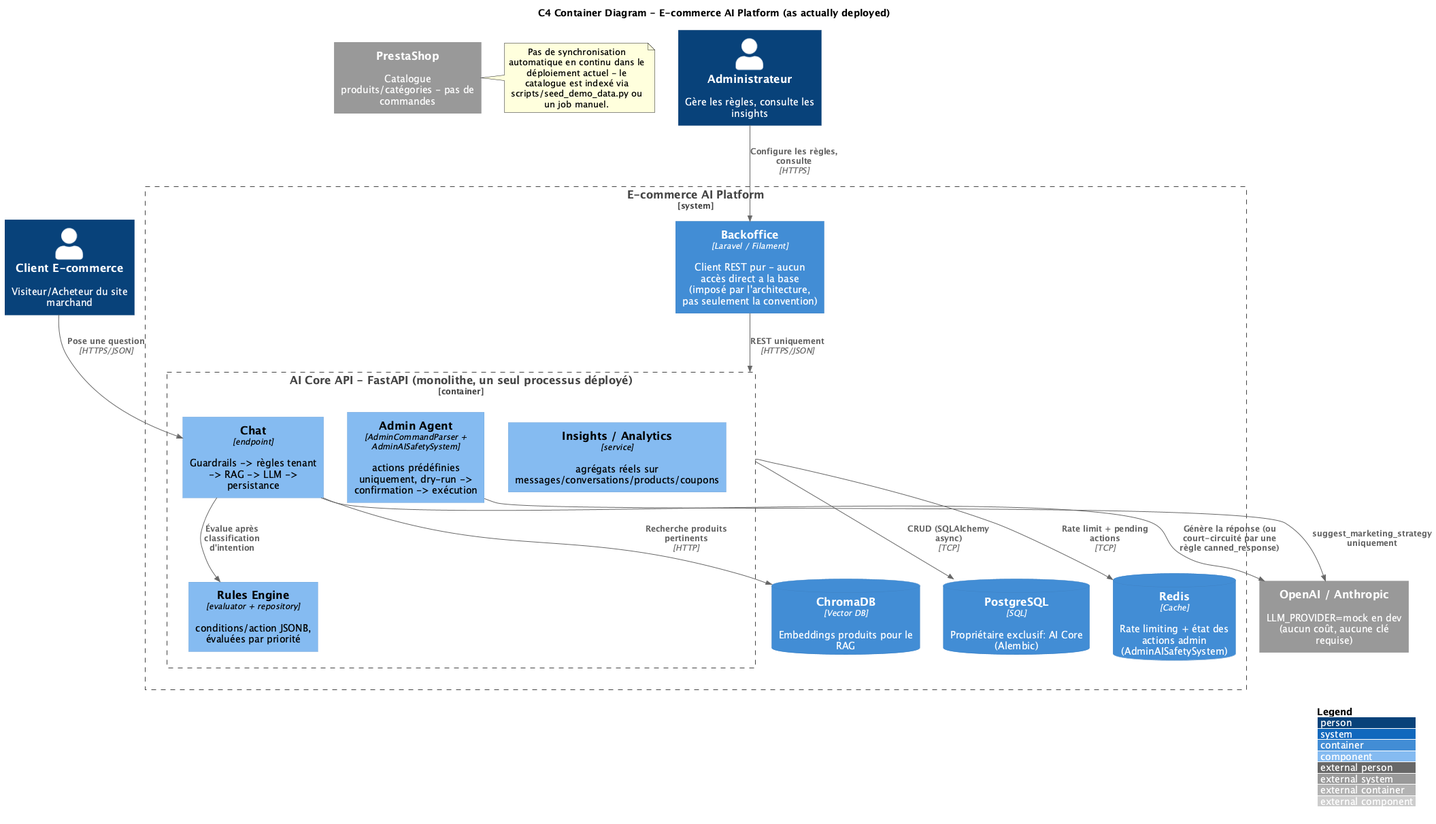
The PlantUML diagram docs/diagrams/C4_Container.png in WnOussama/ecommerce-ai-platform, before a commit.
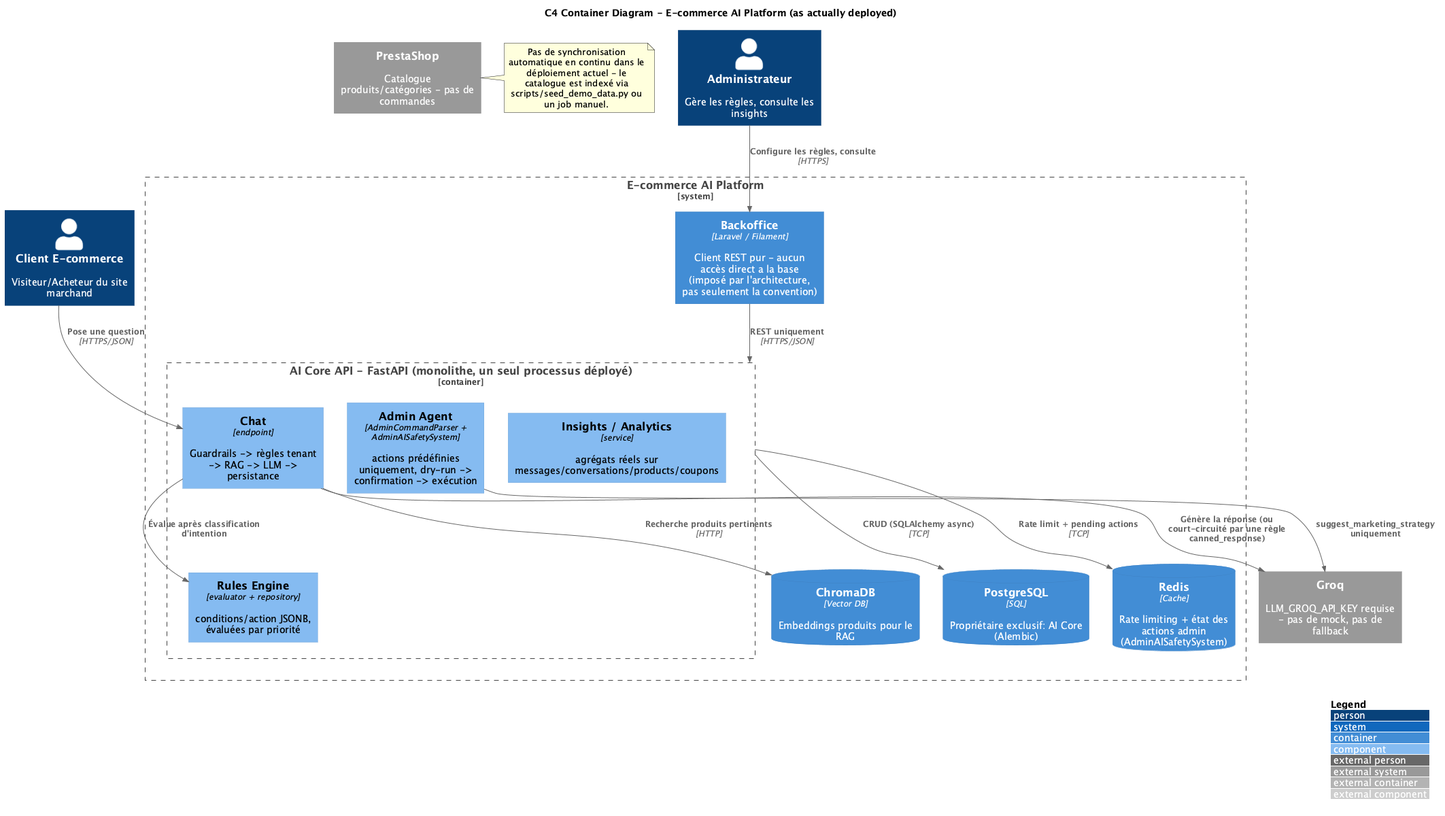
The same diagram one commit later.

Diff of the diagram source:
```diff
@@ -11,7 +11,7 @@
 Person(admin, "Administrateur", "Gère les règles, consulte les insights")
 
 System_Ext(prestashop, "PrestaShop", "Catalogue produits/catégories - pas de commandes")
-System_Ext(llm, "OpenAI / Anthropic", "LLM_PROVIDER=mock en dev (aucun coût, aucune clé requise)")
+System_Ext(llm, "Groq", "LLM_GROQ_API_KEY requise - pas de mock, pas de fallback")
 
 System_Boundary(platform, "E-commerce AI Platform") {
     Container(backoffice, "Backoffice", "Laravel / Filament", "Client REST pur - aucun accès direct a la base (imposé par l'architecture, pas seulement la convention)")
```
